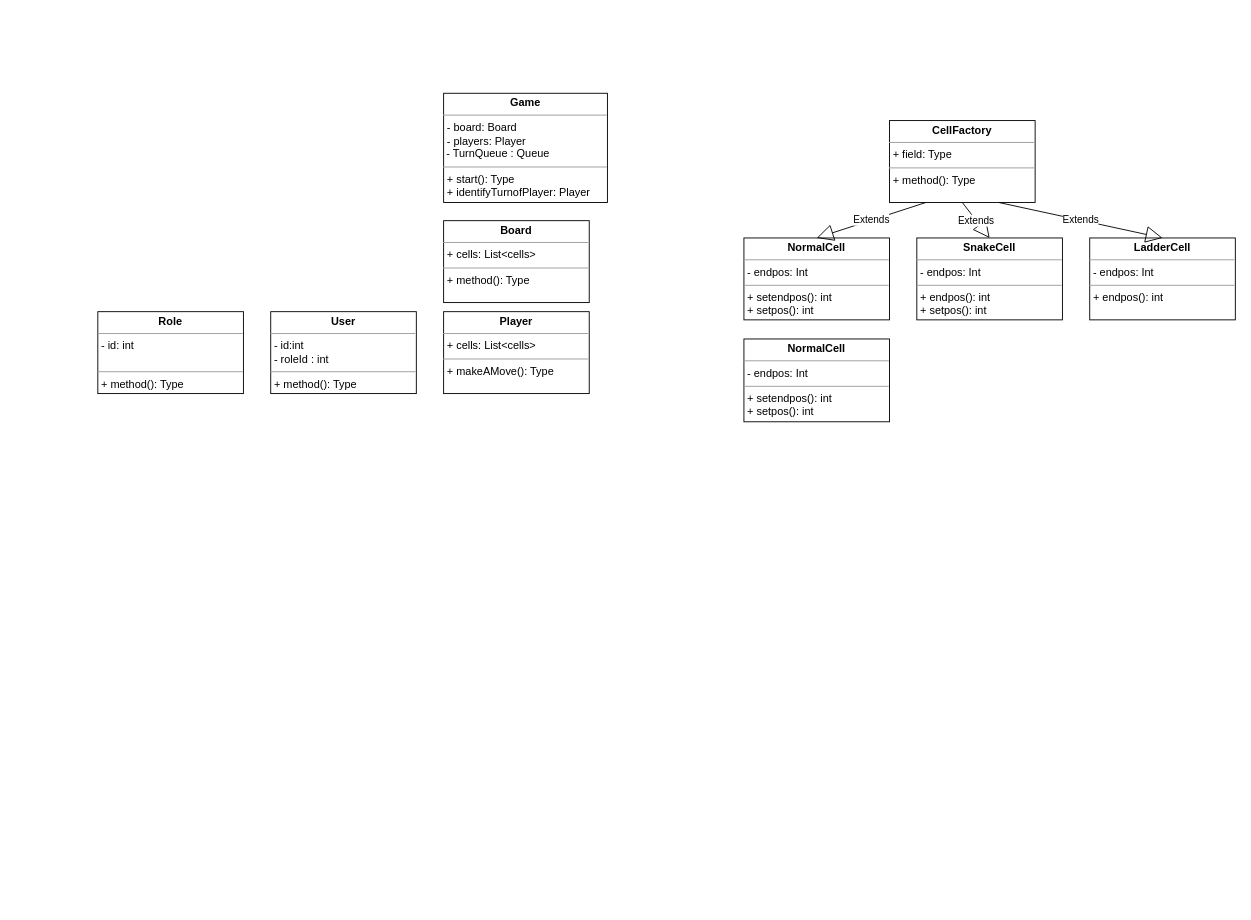
Earlier version of the draw.io diagram Snake&Ladder.drawio (LearningsLab/BoilerPlates). Source tidied: cells renumbered, new cells numbered last; positions are measured from the earlier drawing's top-left corner, leaving out a move shared by most shapes. Both pictures are drawn from the tidied source at 91%, with x=0, y=0 at pixel (97, 93).
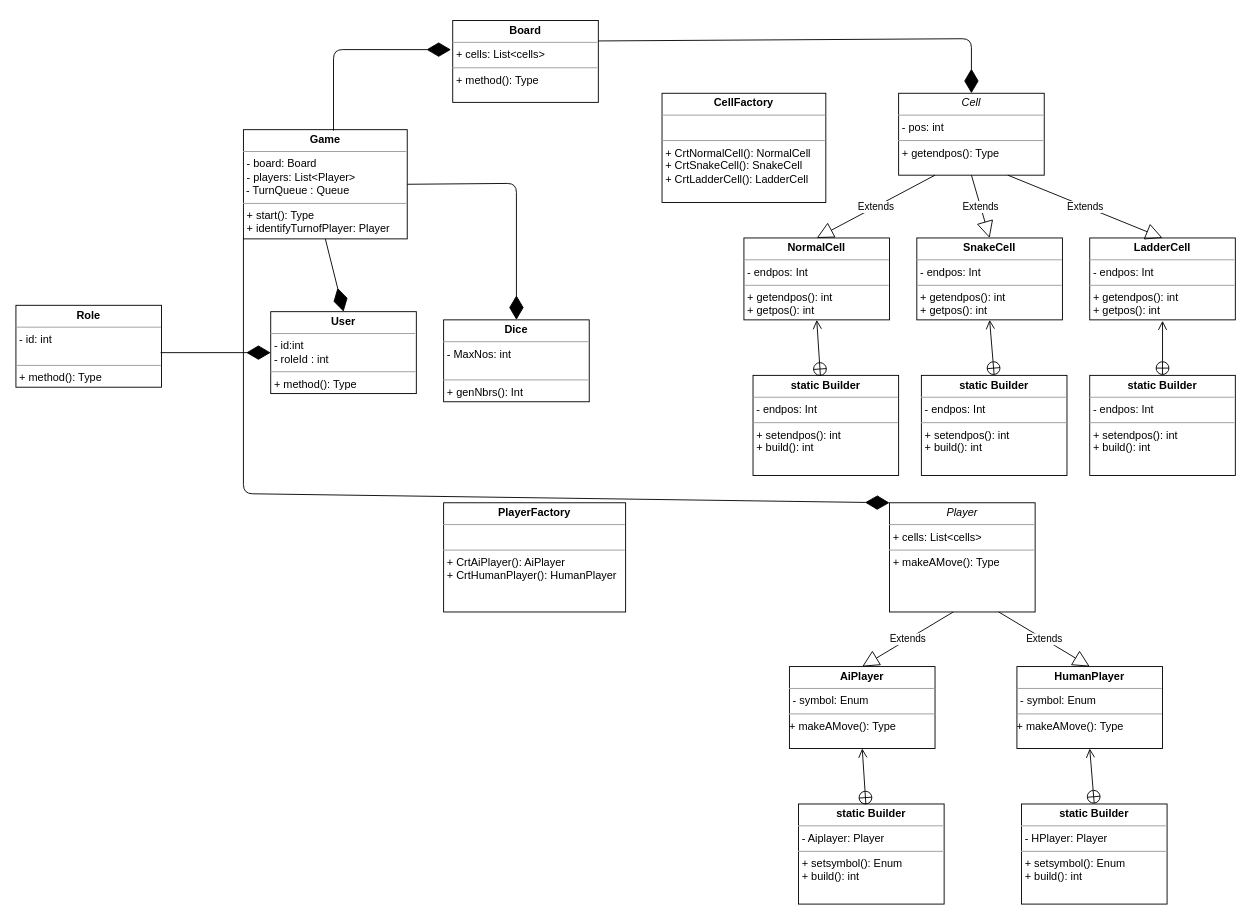
Above is the later version.

Commit message:
Added CellFactory and PlayFactory with Builder Patterns

Unchanged cells that the change refers to:
```xml
<mxCell id="12" value="&lt;p style=&quot;margin: 0px ; margin-top: 4px ; text-align: center&quot;&gt;&lt;b&gt;User&lt;/b&gt;&lt;/p&gt;&lt;hr size=&quot;1&quot;&gt;&lt;p style=&quot;margin: 0px ; margin-left: 4px&quot;&gt;- id:int&lt;/p&gt;&lt;p style=&quot;margin: 0px ; margin-left: 4px&quot;&gt;- roleId : int&lt;/p&gt;&lt;hr size=&quot;1&quot;&gt;&lt;p style=&quot;margin: 0px ; margin-left: 4px&quot;&gt;+ method(): Type&lt;/p&gt;" style="verticalAlign=top;align=left;overflow=fill;fontSize=12;fontFamily=Helvetica;html=1;hachureGap=4;" parent="1" vertex="1">
  <mxGeometry x="190" y="240" width="160" height="90" as="geometry" />
</mxCell>
```

What changed in the source:
```diff
@@
-    <mxCell id="2" value="&lt;p style=&quot;margin: 0px ; margin-top: 4px ; text-align: center&quot;&gt;&lt;b&gt;CellFactory&lt;/b&gt;&lt;/p&gt;&lt;hr size=&quot;1&quot;&gt;&lt;p style=&quot;margin: 0px ; margin-left: 4px&quot;&gt;+ field: Type&lt;/p&gt;&lt;hr size=&quot;1&quot;&gt;&lt;p style=&quot;margin: 0px ; margin-left: 4px&quot;&gt;+ method(): Type&lt;/p&gt;" style="verticalAlign=top;align=left;overflow=fill;fontSize=12;fontFamily=Helvetica;html=1;hachureGap=4;" parent="1" vertex="1">
-      <mxGeometry x="870" y="30" width="160" height="90" as="geometry" />
+    <mxCell id="2" value="&lt;p style=&quot;margin: 0px ; margin-top: 4px ; text-align: center&quot;&gt;&lt;i&gt;Cell&lt;/i&gt;&lt;/p&gt;&lt;hr size=&quot;1&quot;&gt;&lt;p style=&quot;margin: 0px ; margin-left: 4px&quot;&gt;- pos: int&lt;/p&gt;&lt;hr size=&quot;1&quot;&gt;&lt;p style=&quot;margin: 0px ; margin-left: 4px&quot;&gt;+ getendpos(): Type&lt;/p&gt;" style="verticalAlign=top;align=left;overflow=fill;fontSize=12;fontFamily=Helvetica;html=1;hachureGap=4;" parent="1" vertex="1">
+      <mxGeometry x="880" width="160" height="90" as="geometry" />
     </mxCell>
-    <mxCell id="3" value="&lt;p style=&quot;margin: 0px ; margin-top: 4px ; text-align: center&quot;&gt;&lt;b&gt;NormalCell&lt;/b&gt;&lt;/p&gt;&lt;hr size=&quot;1&quot;&gt;&lt;p style=&quot;margin: 0px ; margin-left: 4px&quot;&gt;- endpos: Int&lt;/p&gt;&lt;hr size=&quot;1&quot;&gt;&lt;p style=&quot;margin: 0px ; margin-left: 4px&quot;&gt;+ setendpos(): int&lt;/p&gt;&lt;p style=&quot;margin: 0px ; margin-left: 4px&quot;&gt;+ setpos(): int&lt;/p&gt;" style="verticalAlign=top;align=left;overflow=fill;fontSize=12;fontFamily=Helvetica;html=1;hachureGap=4;" parent="1" vertex="1">
+    <mxCell id="3" value="&lt;p style=&quot;margin: 0px ; margin-top: 4px ; text-align: center&quot;&gt;&lt;b&gt;NormalCell&lt;/b&gt;&lt;/p&gt;&lt;hr size=&quot;1&quot;&gt;&lt;p style=&quot;margin: 0px ; margin-left: 4px&quot;&gt;- endpos: Int&lt;/p&gt;&lt;hr size=&quot;1&quot;&gt;&lt;p style=&quot;margin: 0px ; margin-left: 4px&quot;&gt;+ getendpos(): int&lt;/p&gt;&lt;p style=&quot;margin: 0px ; margin-left: 4px&quot;&gt;+ getpos(): int&lt;/p&gt;" style="verticalAlign=top;align=left;overflow=fill;fontSize=12;fontFamily=Helvetica;html=1;hachureGap=4;" parent="1" vertex="1">
       <mxGeometry x="710" y="159" width="160" height="90" as="geometry" />
     </mxCell>
-    <mxCell id="4" value="&lt;p style=&quot;margin: 0px ; margin-top: 4px ; text-align: center&quot;&gt;&lt;b&gt;SnakeCell&lt;/b&gt;&lt;/p&gt;&lt;hr size=&quot;1&quot;&gt;&lt;p style=&quot;margin: 0px ; margin-left: 4px&quot;&gt;- endpos: Int&lt;/p&gt;&lt;hr size=&quot;1&quot;&gt;&lt;p style=&quot;margin: 0px ; margin-left: 4px&quot;&gt;+ endpos(): int&lt;/p&gt;&lt;p style=&quot;margin: 0px ; margin-left: 4px&quot;&gt;+ setpos(): int&lt;br&gt;&lt;/p&gt;" style="verticalAlign=top;align=left;overflow=fill;fontSize=12;fontFamily=Helvetica;html=1;hachureGap=4;" parent="1" vertex="1">
+    <mxCell id="4" value="&lt;p style=&quot;margin: 0px ; margin-top: 4px ; text-align: center&quot;&gt;&lt;b&gt;SnakeCell&lt;/b&gt;&lt;/p&gt;&lt;hr size=&quot;1&quot;&gt;&lt;p style=&quot;margin: 0px ; margin-left: 4px&quot;&gt;- endpos: Int&lt;/p&gt;&lt;hr size=&quot;1&quot;&gt;&lt;p style=&quot;margin: 0px 0px 0px 4px&quot;&gt;+ getendpos(): int&lt;/p&gt;&lt;p style=&quot;margin: 0px 0px 0px 4px&quot;&gt;+ getpos(): int&lt;/p&gt;" style="verticalAlign=top;align=left;overflow=fill;fontSize=12;fontFamily=Helvetica;html=1;hachureGap=4;" parent="1" vertex="1">
       <mxGeometry x="900" y="159" width="160" height="90" as="geometry" />
     </mxCell>
-    <mxCell id="5" value="&lt;p style=&quot;margin: 0px ; margin-top: 4px ; text-align: center&quot;&gt;&lt;b&gt;LadderCell&lt;/b&gt;&lt;/p&gt;&lt;hr size=&quot;1&quot;&gt;&lt;p style=&quot;margin: 0px ; margin-left: 4px&quot;&gt;- endpos: Int&lt;/p&gt;&lt;hr size=&quot;1&quot;&gt;&lt;p style=&quot;margin: 0px ; margin-left: 4px&quot;&gt;+ endpos(): int&lt;/p&gt;" style="verticalAlign=top;align=left;overflow=fill;fontSize=12;fontFamily=Helvetica;html=1;hachureGap=4;" parent="1" vertex="1">
+    <mxCell id="5" value="&lt;p style=&quot;margin: 0px ; margin-top: 4px ; text-align: center&quot;&gt;&lt;b&gt;LadderCell&lt;/b&gt;&lt;/p&gt;&lt;hr size=&quot;1&quot;&gt;&lt;p style=&quot;margin: 0px ; margin-left: 4px&quot;&gt;- endpos: Int&lt;/p&gt;&lt;hr size=&quot;1&quot;&gt;&lt;p style=&quot;margin: 0px 0px 0px 4px&quot;&gt;+ getendpos(): int&lt;/p&gt;&lt;p style=&quot;margin: 0px 0px 0px 4px&quot;&gt;+ getpos(): int&lt;/p&gt;" style="verticalAlign=top;align=left;overflow=fill;fontSize=12;fontFamily=Helvetica;html=1;hachureGap=4;" parent="1" vertex="1">
       <mxGeometry x="1090" y="159" width="160" height="90" as="geometry" />
     </mxCell>
@@
-    <mxCell id="9" value="&lt;p style=&quot;margin: 0px ; margin-top: 4px ; text-align: center&quot;&gt;&lt;b&gt;Game&lt;/b&gt;&lt;/p&gt;&lt;hr size=&quot;1&quot;&gt;&lt;p style=&quot;margin: 0px ; margin-left: 4px&quot;&gt;- board: Board&lt;/p&gt;&lt;p style=&quot;margin: 0px ; margin-left: 4px&quot;&gt;- players: Player&lt;/p&gt;&amp;nbsp;- TurnQueue : Queue&lt;br&gt;&lt;hr size=&quot;1&quot;&gt;&lt;p style=&quot;margin: 0px ; margin-left: 4px&quot;&gt;+ start(): Type&lt;/p&gt;&lt;p style=&quot;margin: 0px ; margin-left: 4px&quot;&gt;+ identifyTurnofPlayer: Player&lt;/p&gt;" style="verticalAlign=top;align=left;overflow=fill;fontSize=12;fontFamily=Helvetica;html=1;hachureGap=4;" parent="1" vertex="1">
-      <mxGeometry x="380" width="180" height="120" as="geometry" />
+    <mxCell id="9" value="&lt;p style=&quot;margin: 0px ; margin-top: 4px ; text-align: center&quot;&gt;&lt;b&gt;Game&lt;/b&gt;&lt;/p&gt;&lt;hr size=&quot;1&quot;&gt;&lt;p style=&quot;margin: 0px ; margin-left: 4px&quot;&gt;- board: Board&lt;/p&gt;&lt;p style=&quot;margin: 0px ; margin-left: 4px&quot;&gt;- players: List&amp;lt;Player&amp;gt;&lt;/p&gt;&amp;nbsp;- TurnQueue : Queue&lt;br&gt;&lt;hr size=&quot;1&quot;&gt;&lt;p style=&quot;margin: 0px ; margin-left: 4px&quot;&gt;+ start(): Type&lt;/p&gt;&lt;p style=&quot;margin: 0px ; margin-left: 4px&quot;&gt;+ identifyTurnofPlayer: Player&lt;/p&gt;" style="verticalAlign=top;align=left;overflow=fill;fontSize=12;fontFamily=Helvetica;html=1;hachureGap=4;" parent="1" vertex="1">
+      <mxGeometry x="160" y="40" width="180" height="120" as="geometry" />
     </mxCell>
     <mxCell id="10" value="&lt;p style=&quot;margin: 0px ; margin-top: 4px ; text-align: center&quot;&gt;&lt;b&gt;Board&lt;/b&gt;&lt;/p&gt;&lt;hr size=&quot;1&quot;&gt;&lt;p style=&quot;margin: 0px ; margin-left: 4px&quot;&gt;+ cells: List&amp;lt;cells&amp;gt;&lt;/p&gt;&lt;hr size=&quot;1&quot;&gt;&lt;p style=&quot;margin: 0px ; margin-left: 4px&quot;&gt;+ method(): Type&lt;/p&gt;" style="verticalAlign=top;align=left;overflow=fill;fontSize=12;fontFamily=Helvetica;html=1;hachureGap=4;" parent="1" vertex="1">
-      <mxGeometry x="380" y="140" width="160" height="90" as="geometry" />
+      <mxGeometry x="390" y="-80" width="160" height="90" as="geometry" />
     </mxCell>
-    <mxCell id="11" value="&lt;p style=&quot;margin: 0px ; margin-top: 4px ; text-align: center&quot;&gt;&lt;b&gt;Player&lt;/b&gt;&lt;/p&gt;&lt;hr size=&quot;1&quot;&gt;&lt;p style=&quot;margin: 0px ; margin-left: 4px&quot;&gt;+ cells: List&amp;lt;cells&amp;gt;&lt;/p&gt;&lt;hr size=&quot;1&quot;&gt;&lt;p style=&quot;margin: 0px ; margin-left: 4px&quot;&gt;+ makeAMove(): Type&lt;/p&gt;" style="verticalAlign=top;align=left;overflow=fill;fontSize=12;fontFamily=Helvetica;html=1;hachureGap=4;" parent="1" vertex="1">
-      <mxGeometry x="380" y="240" width="160" height="90" as="geometry" />
+    <mxCell id="11" value="&lt;p style=&quot;margin: 0px ; margin-top: 4px ; text-align: center&quot;&gt;&lt;b&gt;PlayerFactory&lt;/b&gt;&lt;/p&gt;&lt;hr size=&quot;1&quot;&gt;&lt;p style=&quot;margin: 0px ; margin-left: 4px&quot;&gt;&lt;br&gt;&lt;/p&gt;&lt;hr size=&quot;1&quot;&gt;&lt;p style=&quot;margin: 0px ; margin-left: 4px&quot;&gt;&lt;span&gt;+ CrtAiPlayer(): AiPlayer&lt;/span&gt;&lt;br&gt;&lt;/p&gt;&lt;p style=&quot;margin: 0px 0px 0px 4px&quot;&gt;+ CrtHumanPlayer(): HumanPlayer&lt;br&gt;&lt;/p&gt;&lt;p style=&quot;margin: 0px 0px 0px 4px&quot;&gt;&lt;br&gt;&lt;/p&gt;" style="verticalAlign=top;align=left;overflow=fill;fontSize=12;fontFamily=Helvetica;html=1;hachureGap=4;" parent="1" vertex="1">
+      <mxGeometry x="380" y="450" width="200" height="120" as="geometry" />
     </mxCell>
@@
     <mxCell id="13" value="&lt;p style=&quot;margin: 0px ; margin-top: 4px ; text-align: center&quot;&gt;&lt;b&gt;Role&lt;/b&gt;&lt;/p&gt;&lt;hr size=&quot;1&quot;&gt;&lt;p style=&quot;margin: 0px ; margin-left: 4px&quot;&gt;- id: int&lt;/p&gt;&lt;p style=&quot;margin: 0px ; margin-left: 4px&quot;&gt;&lt;br&gt;&lt;/p&gt;&lt;hr size=&quot;1&quot;&gt;&lt;p style=&quot;margin: 0px ; margin-left: 4px&quot;&gt;+ method(): Type&lt;/p&gt;" style="verticalAlign=top;align=left;overflow=fill;fontSize=12;fontFamily=Helvetica;html=1;hachureGap=4;" parent="1" vertex="1">
-      <mxGeometry y="240" width="160" height="90" as="geometry" />
+      <mxGeometry x="-90" y="233" width="160" height="90" as="geometry" />
     </mxCell>
-    <mxCell id="14" value="&lt;p style=&quot;margin: 0px ; margin-top: 4px ; text-align: center&quot;&gt;&lt;b&gt;NormalCell&lt;/b&gt;&lt;/p&gt;&lt;hr size=&quot;1&quot;&gt;&lt;p style=&quot;margin: 0px ; margin-left: 4px&quot;&gt;- endpos: Int&lt;/p&gt;&lt;hr size=&quot;1&quot;&gt;&lt;p style=&quot;margin: 0px ; margin-left: 4px&quot;&gt;+ setendpos(): int&lt;/p&gt;&lt;p style=&quot;margin: 0px ; margin-left: 4px&quot;&gt;+ setpos(): int&lt;/p&gt;" style="verticalAlign=top;align=left;overflow=fill;fontSize=12;fontFamily=Helvetica;html=1;hachureGap=4;" parent="1" vertex="1">
-      <mxGeometry x="710" y="270" width="160" height="91" as="geometry" />
+    <mxCell id="14" value="&lt;p style=&quot;margin: 0px ; margin-top: 4px ; text-align: center&quot;&gt;&lt;b&gt;static Builder&lt;/b&gt;&lt;/p&gt;&lt;hr size=&quot;1&quot;&gt;&lt;p style=&quot;margin: 0px ; margin-left: 4px&quot;&gt;- endpos: Int&lt;/p&gt;&lt;hr size=&quot;1&quot;&gt;&lt;p style=&quot;margin: 0px ; margin-left: 4px&quot;&gt;+ setendpos(): int&lt;/p&gt;&lt;p style=&quot;margin: 0px ; margin-left: 4px&quot;&gt;+ build(): int&lt;/p&gt;" style="verticalAlign=top;align=left;overflow=fill;fontSize=12;fontFamily=Helvetica;html=1;hachureGap=4;" parent="1" vertex="1">
+      <mxGeometry x="720" y="310" width="160" height="110" as="geometry" />
     </mxCell>
+    <mxCell id="15" value="&lt;p style=&quot;margin: 0px ; margin-top: 4px ; text-align: center&quot;&gt;&lt;b&gt;static Builder&lt;/b&gt;&lt;/p&gt;&lt;hr size=&quot;1&quot;&gt;&lt;p style=&quot;margin: 0px ; margin-left: 4px&quot;&gt;- endpos: Int&lt;/p&gt;&lt;hr size=&quot;1&quot;&gt;&lt;p style=&quot;margin: 0px ; margin-left: 4px&quot;&gt;+ setendpos(): int&lt;/p&gt;&lt;p style=&quot;margin: 0px ; margin-left: 4px&quot;&gt;+ build(): int&lt;/p&gt;" style="verticalAlign=top;align=left;overflow=fill;fontSize=12;fontFamily=Helvetica;html=1;hachureGap=4;" parent="1" vertex="1">
+      <mxGeometry x="905" y="310" width="160" height="110" as="geometry" />
+    </mxCell>
+    <mxCell id="16" value="&lt;p style=&quot;margin: 0px ; margin-top: 4px ; text-align: center&quot;&gt;&lt;b&gt;static Builder&lt;/b&gt;&lt;/p&gt;&lt;hr size=&quot;1&quot;&gt;&lt;p style=&quot;margin: 0px ; margin-left: 4px&quot;&gt;- endpos: Int&lt;/p&gt;&lt;hr size=&quot;1&quot;&gt;&lt;p style=&quot;margin: 0px ; margin-left: 4px&quot;&gt;+ setendpos(): int&lt;/p&gt;&lt;p style=&quot;margin: 0px ; margin-left: 4px&quot;&gt;+ build(): int&lt;/p&gt;" style="verticalAlign=top;align=left;overflow=fill;fontSize=12;fontFamily=Helvetica;html=1;hachureGap=4;" parent="1" vertex="1">
+      <mxGeometry x="1090" y="310" width="160" height="110" as="geometry" />
+    </mxCell>
+    <mxCell id="17" style="endArrow=open;startArrow=circlePlus;endFill=0;startFill=0;endSize=8;html=1;sourcePerimeterSpacing=8;targetPerimeterSpacing=8;exitX=0.463;exitY=0.009;exitDx=0;exitDy=0;exitPerimeter=0;entryX=0.5;entryY=1;entryDx=0;entryDy=0;" parent="1" edge="1" source="14" target="3">
+      <mxGeometry relative="1" as="geometry" />
+    </mxCell>
+    <mxCell id="18" style="endArrow=open;startArrow=circlePlus;endFill=0;startFill=0;endSize=8;html=1;sourcePerimeterSpacing=8;targetPerimeterSpacing=8;exitX=0.5;exitY=0;exitDx=0;exitDy=0;entryX=0.5;entryY=1;entryDx=0;entryDy=0;" parent="1" edge="1" source="15" target="4">
+      <mxGeometry relative="1" as="geometry" />
+    </mxCell>
+    <mxCell id="19" style="endArrow=open;startArrow=circlePlus;endFill=0;startFill=0;endSize=8;html=1;sourcePerimeterSpacing=8;targetPerimeterSpacing=8;exitX=0.5;exitY=0;exitDx=0;exitDy=0;" parent="1" edge="1" source="16">
+      <mxGeometry relative="1" as="geometry">
+        <mxPoint x="1170" y="250" as="targetPoint" />
+      </mxGeometry>
+    </mxCell>
+    <mxCell id="20" value="&lt;p style=&quot;margin: 0px ; margin-top: 4px ; text-align: center&quot;&gt;&lt;b&gt;CellFactory&lt;/b&gt;&lt;/p&gt;&lt;hr size=&quot;1&quot;&gt;&lt;p style=&quot;margin: 0px ; margin-left: 4px&quot;&gt;&lt;br&gt;&lt;/p&gt;&lt;hr size=&quot;1&quot;&gt;&lt;p style=&quot;margin: 0px ; margin-left: 4px&quot;&gt;+ CrtNormalCell(): NormalCell&lt;/p&gt;&lt;p style=&quot;margin: 0px ; margin-left: 4px&quot;&gt;+ CrtSnakeCell(): SnakeCell&lt;br&gt;&lt;/p&gt;&lt;p style=&quot;margin: 0px ; margin-left: 4px&quot;&gt;+ CrtLadderCell(): LadderCell&lt;br&gt;&lt;/p&gt;" style="verticalAlign=top;align=left;overflow=fill;fontSize=12;fontFamily=Helvetica;html=1;hachureGap=4;" parent="1" vertex="1">
+      <mxGeometry x="620" width="180" height="120" as="geometry" />
+    </mxCell>
+    <mxCell id="21" value="&lt;p style=&quot;margin: 0px ; margin-top: 4px ; text-align: center&quot;&gt;&lt;i&gt;Player&lt;/i&gt;&lt;/p&gt;&lt;hr size=&quot;1&quot;&gt;&lt;p style=&quot;margin: 0px ; margin-left: 4px&quot;&gt;+ cells: List&amp;lt;cells&amp;gt;&lt;/p&gt;&lt;hr size=&quot;1&quot;&gt;&lt;p style=&quot;margin: 0px ; margin-left: 4px&quot;&gt;+ makeAMove(): Type&lt;/p&gt;&lt;p style=&quot;margin: 0px 0px 0px 4px&quot;&gt;&lt;br&gt;&lt;/p&gt;" style="verticalAlign=top;align=left;overflow=fill;fontSize=12;fontFamily=Helvetica;html=1;hachureGap=4;" parent="1" vertex="1">
+      <mxGeometry x="870" y="450" width="160" height="120" as="geometry" />
+    </mxCell>
+    <mxCell id="22" value="&lt;p style=&quot;margin: 0px ; margin-top: 4px ; text-align: center&quot;&gt;&lt;b&gt;AiPlayer&lt;/b&gt;&lt;/p&gt;&lt;hr size=&quot;1&quot;&gt;&lt;p style=&quot;margin: 0px ; margin-left: 4px&quot;&gt;- symbol: Enum&lt;/p&gt;&lt;hr size=&quot;1&quot;&gt;+ makeAMove(): Type&lt;p style=&quot;margin: 0px ; margin-left: 4px&quot;&gt;&lt;br&gt;&lt;/p&gt;" style="verticalAlign=top;align=left;overflow=fill;fontSize=12;fontFamily=Helvetica;html=1;hachureGap=4;" parent="1" vertex="1">
+      <mxGeometry x="760" y="630" width="160" height="90" as="geometry" />
+    </mxCell>
+    <mxCell id="23" value="&lt;p style=&quot;margin: 0px ; margin-top: 4px ; text-align: center&quot;&gt;&lt;b&gt;HumanPlayer&lt;/b&gt;&lt;/p&gt;&lt;hr size=&quot;1&quot;&gt;&lt;p style=&quot;margin: 0px ; margin-left: 4px&quot;&gt;- symbol: Enum&lt;/p&gt;&lt;hr size=&quot;1&quot;&gt;+ makeAMove(): Type&lt;p style=&quot;margin: 0px 0px 0px 4px&quot;&gt;&lt;br&gt;&lt;/p&gt;" style="verticalAlign=top;align=left;overflow=fill;fontSize=12;fontFamily=Helvetica;html=1;hachureGap=4;" parent="1" vertex="1">
+      <mxGeometry x="1010" y="630" width="160" height="90" as="geometry" />
+    </mxCell>
+    <mxCell id="24" value="&lt;p style=&quot;margin: 0px ; margin-top: 4px ; text-align: center&quot;&gt;&lt;b&gt;static Builder&lt;/b&gt;&lt;/p&gt;&lt;hr size=&quot;1&quot;&gt;&lt;p style=&quot;margin: 0px ; margin-left: 4px&quot;&gt;- Aiplayer: Player&lt;/p&gt;&lt;hr size=&quot;1&quot;&gt;&lt;p style=&quot;margin: 0px ; margin-left: 4px&quot;&gt;+ setsymbol(): Enum&lt;/p&gt;&lt;p style=&quot;margin: 0px ; margin-left: 4px&quot;&gt;+ build(): int&lt;/p&gt;" style="verticalAlign=top;align=left;overflow=fill;fontSize=12;fontFamily=Helvetica;html=1;hachureGap=4;" parent="1" vertex="1">
+      <mxGeometry x="770" y="781" width="160" height="110" as="geometry" />
+    </mxCell>
+    <mxCell id="25" value="&lt;p style=&quot;margin: 0px ; margin-top: 4px ; text-align: center&quot;&gt;&lt;b&gt;static Builder&lt;/b&gt;&lt;/p&gt;&lt;hr size=&quot;1&quot;&gt;&lt;p style=&quot;margin: 0px ; margin-left: 4px&quot;&gt;- HPlayer: Player&lt;/p&gt;&lt;hr size=&quot;1&quot;&gt;&lt;p style=&quot;margin: 0px ; margin-left: 4px&quot;&gt;+ setsymbol(): Enum&lt;/p&gt;&lt;p style=&quot;margin: 0px ; margin-left: 4px&quot;&gt;+ build(): int&lt;/p&gt;" style="verticalAlign=top;align=left;overflow=fill;fontSize=12;fontFamily=Helvetica;html=1;hachureGap=4;" parent="1" vertex="1">
+      <mxGeometry x="1015" y="781" width="160" height="110" as="geometry" />
+    </mxCell>
+    <mxCell id="26" style="endArrow=open;startArrow=circlePlus;endFill=0;startFill=0;endSize=8;html=1;sourcePerimeterSpacing=8;targetPerimeterSpacing=8;exitX=0.463;exitY=0.009;exitDx=0;exitDy=0;exitPerimeter=0;entryX=0.5;entryY=1;entryDx=0;entryDy=0;" parent="1" edge="1" source="24" target="22">
+      <mxGeometry relative="1" as="geometry" />
+    </mxCell>
+    <mxCell id="27" style="endArrow=open;startArrow=circlePlus;endFill=0;startFill=0;endSize=8;html=1;sourcePerimeterSpacing=8;targetPerimeterSpacing=8;exitX=0.5;exitY=0;exitDx=0;exitDy=0;entryX=0.5;entryY=1;entryDx=0;entryDy=0;" parent="1" edge="1" source="25" target="23">
+      <mxGeometry relative="1" as="geometry" />
+    </mxCell>
+    <mxCell id="28" value="Extends" style="endArrow=block;endSize=16;endFill=0;html=1;sourcePerimeterSpacing=8;targetPerimeterSpacing=8;exitX=0.25;exitY=1;exitDx=0;exitDy=0;entryX=0.5;entryY=0;entryDx=0;entryDy=0;" parent="1" edge="1" target="22">
+      <mxGeometry relative="1" as="geometry">
+        <mxPoint x="940" y="570" as="sourcePoint" />
+      </mxGeometry>
+    </mxCell>
+    <mxCell id="29" value="Extends" style="endArrow=block;endSize=16;endFill=0;html=1;sourcePerimeterSpacing=8;targetPerimeterSpacing=8;entryX=0.5;entryY=0;entryDx=0;entryDy=0;exitX=0.75;exitY=1;exitDx=0;exitDy=0;" parent="1" edge="1" source="21" target="23">
+      <mxGeometry relative="1" as="geometry" />
+    </mxCell>
+    <mxCell id="30" value="&lt;p style=&quot;margin: 0px ; margin-top: 4px ; text-align: center&quot;&gt;&lt;b&gt;Dice&lt;/b&gt;&lt;/p&gt;&lt;hr size=&quot;1&quot;&gt;&lt;p style=&quot;margin: 0px ; margin-left: 4px&quot;&gt;- MaxNos: int&lt;/p&gt;&lt;p style=&quot;margin: 0px ; margin-left: 4px&quot;&gt;&lt;br&gt;&lt;/p&gt;&lt;hr size=&quot;1&quot;&gt;&lt;p style=&quot;margin: 0px ; margin-left: 4px&quot;&gt;+ genNbrs(): Int&lt;/p&gt;" style="verticalAlign=top;align=left;overflow=fill;fontSize=12;fontFamily=Helvetica;html=1;hachureGap=4;" parent="1" vertex="1">
+      <mxGeometry x="380" y="249" width="160" height="90" as="geometry" />
+    </mxCell>
+    <mxCell id="31" style="endArrow=diamondThin;endFill=1;endSize=24;html=1;sourcePerimeterSpacing=8;targetPerimeterSpacing=8;exitX=0.5;exitY=1;exitDx=0;exitDy=0;entryX=0.5;entryY=0;entryDx=0;entryDy=0;" parent="1" edge="1" source="9" target="12">
+      <mxGeometry relative="1" as="geometry" />
+    </mxCell>
+    <mxCell id="32" style="endArrow=diamondThin;endFill=1;endSize=24;html=1;sourcePerimeterSpacing=8;targetPerimeterSpacing=8;entryX=0;entryY=0.5;entryDx=0;entryDy=0;exitX=0.994;exitY=0.578;exitDx=0;exitDy=0;exitPerimeter=0;" parent="1" edge="1" source="13" target="12">
+      <mxGeometry relative="1" as="geometry" />
+    </mxCell>
+    <mxCell id="33" style="endArrow=diamondThin;endFill=1;endSize=24;html=1;sourcePerimeterSpacing=8;targetPerimeterSpacing=8;exitX=1;exitY=0.25;exitDx=0;exitDy=0;entryX=0.5;entryY=0;entryDx=0;entryDy=0;" parent="1" edge="1" source="10" target="2">
+      <mxGeometry relative="1" as="geometry">
+        <Array as="points">
+          <mxPoint x="960" y="-60" />
+        </Array>
+      </mxGeometry>
+    </mxCell>
+    <mxCell id="34" style="endArrow=diamondThin;endFill=1;endSize=24;html=1;sourcePerimeterSpacing=8;targetPerimeterSpacing=8;exitX=1;exitY=0.5;exitDx=0;exitDy=0;entryX=0.5;entryY=0;entryDx=0;entryDy=0;" parent="1" edge="1" source="9" target="30">
+      <mxGeometry relative="1" as="geometry">
+        <Array as="points">
+          <mxPoint x="460" y="99" />
+        </Array>
+      </mxGeometry>
+    </mxCell>
+    <mxCell id="35" style="endArrow=diamondThin;endFill=1;endSize=24;html=1;sourcePerimeterSpacing=8;targetPerimeterSpacing=8;exitX=0.55;exitY=0.008;exitDx=0;exitDy=0;exitPerimeter=0;entryX=-0.012;entryY=0.356;entryDx=0;entryDy=0;entryPerimeter=0;" parent="1" edge="1" source="9" target="10">
+      <mxGeometry relative="1" as="geometry">
+        <Array as="points">
+          <mxPoint x="259" y="-48" />
+        </Array>
+      </mxGeometry>
+    </mxCell>
+    <mxCell id="36" style="endArrow=diamondThin;endFill=1;endSize=24;html=1;sourcePerimeterSpacing=8;targetPerimeterSpacing=8;exitX=0;exitY=1;exitDx=0;exitDy=0;entryX=0;entryY=0;entryDx=0;entryDy=0;" parent="1" edge="1" source="9" target="21">
+      <mxGeometry relative="1" as="geometry">
+        <Array as="points">
+          <mxPoint x="160" y="440" />
+        </Array>
+      </mxGeometry>
+    </mxCell>
```
